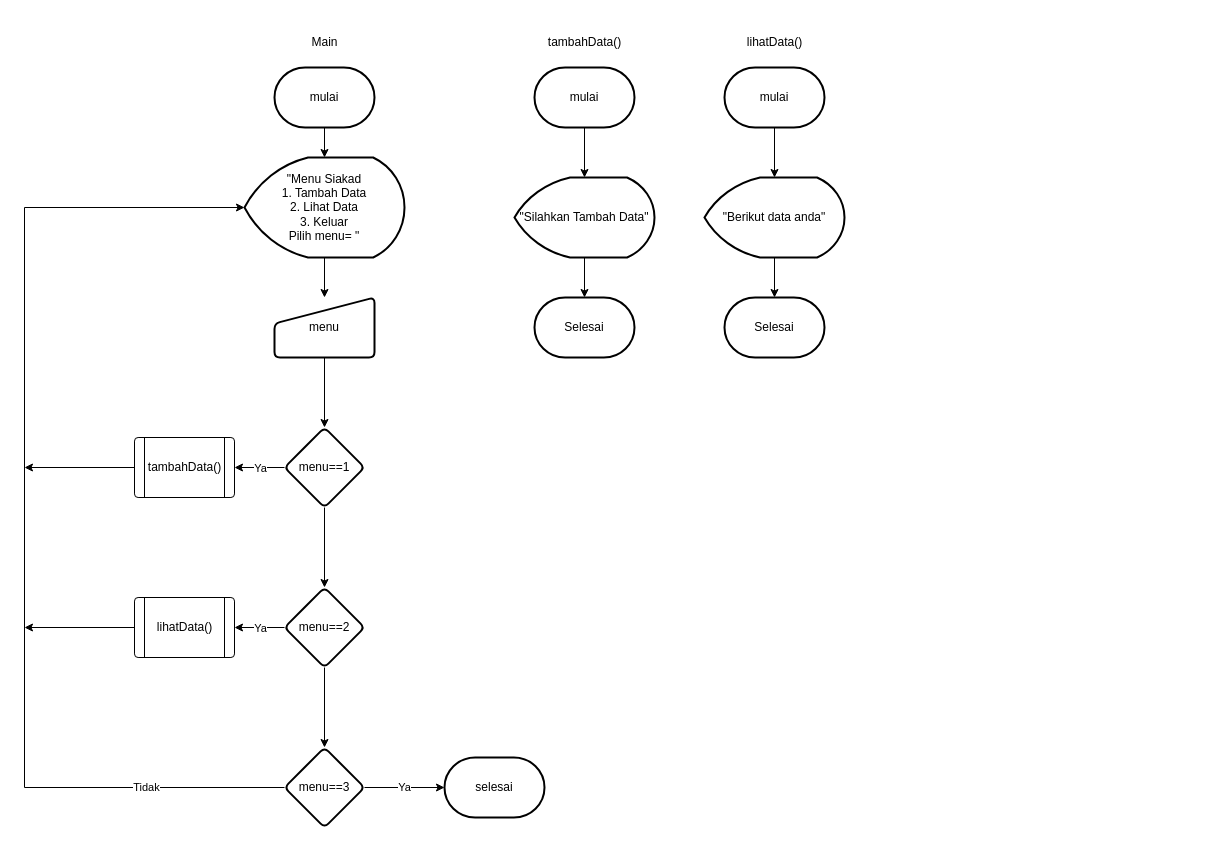
Before: src/Flowchart/Menu Siakad.drawio in SetoAp69/Alprog22, a draw.io diagram. Source tidied: cells renumbered, new cells numbered last; positions are measured from the earlier drawing's top-left corner, leaving out a move shared by most shapes. Both pictures are drawn from the tidied source at 100%, with x=0, y=0 at pixel (24, 27).
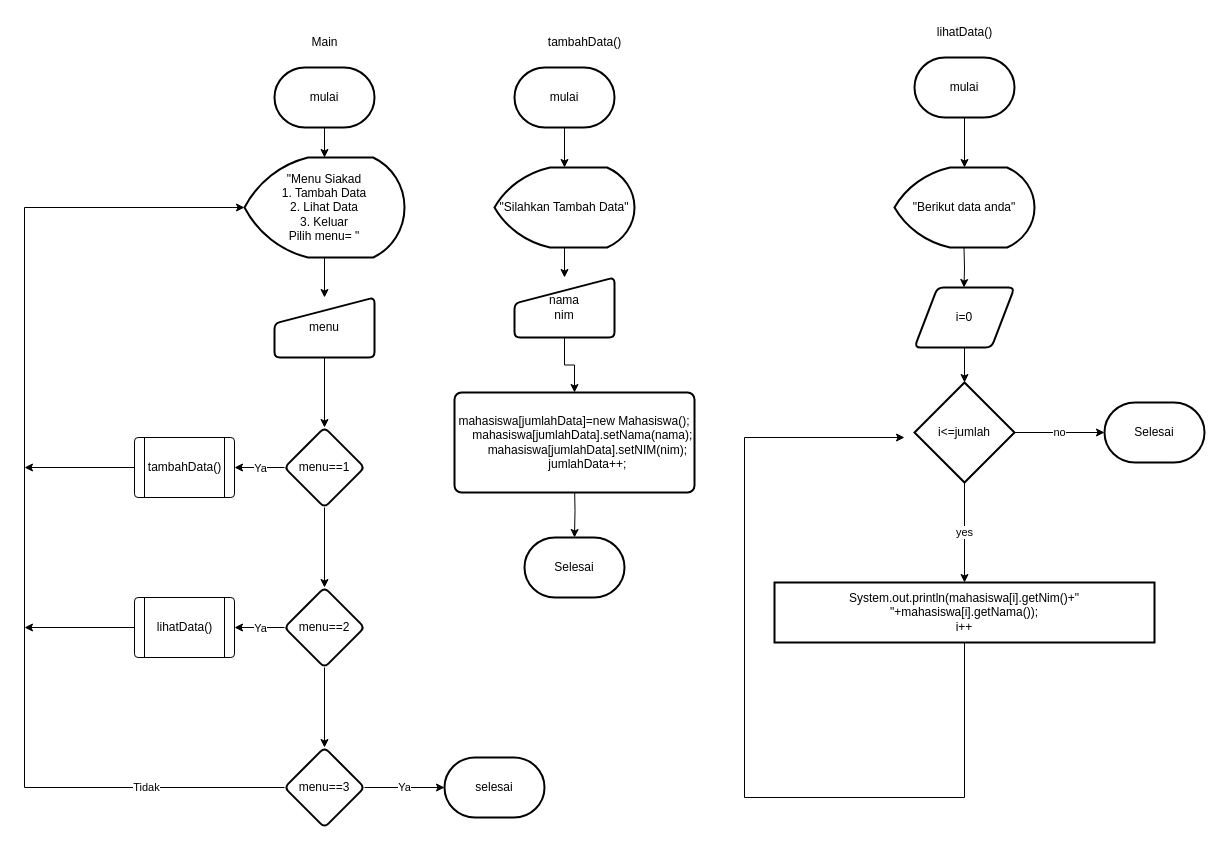
The same diagram, later.

Change to the diagram source:
```diff
@@
     <mxCell id="22" value="mulai" style="strokeWidth=2;html=1;shape=mxgraph.flowchart.terminator;whiteSpace=wrap;" parent="1" vertex="1">
-      <mxGeometry x="510" y="40" width="100" height="60" as="geometry" />
+      <mxGeometry x="490" y="40" width="100" height="60" as="geometry" />
     </mxCell>
-    <mxCell id="23" style="edgeStyle=orthogonalEdgeStyle;rounded=0;jettySize=auto;html=1;" parent="1" edge="1" source="24" target="25">
-      <mxGeometry relative="1" as="geometry" />
+    <mxCell id="23" style="edgeStyle=orthogonalEdgeStyle;rounded=0;jettySize=auto;html=1;" parent="1" edge="1" target="25">
+      <mxGeometry relative="1" as="geometry">
+        <mxPoint x="550" y="455" as="sourcePoint" />
+      </mxGeometry>
     </mxCell>
-    <mxCell id="24" value="&quot;Silahkan Tambah Data&quot;" style="strokeWidth=2;html=1;shape=mxgraph.flowchart.display;whiteSpace=wrap;" parent="1" vertex="1">
-      <mxGeometry x="490" y="150" width="140" height="80" as="geometry" />
-    </mxCell>
     <mxCell id="25" value="Selesai" style="strokeWidth=2;html=1;shape=mxgraph.flowchart.terminator;whiteSpace=wrap;" parent="1" vertex="1">
-      <mxGeometry x="510" y="270" width="100" height="60" as="geometry" />
+      <mxGeometry x="500" y="510" width="100" height="60" as="geometry" />
     </mxCell>
@@
     <mxCell id="27" value="mulai" style="strokeWidth=2;html=1;shape=mxgraph.flowchart.terminator;whiteSpace=wrap;" parent="1" vertex="1">
-      <mxGeometry x="700" y="40" width="100" height="60" as="geometry" />
+      <mxGeometry x="890" y="30" width="100" height="60" as="geometry" />
     </mxCell>
-    <mxCell id="28" style="edgeStyle=orthogonalEdgeStyle;rounded=0;jettySize=auto;html=1;" parent="1" edge="1" source="29" target="30">
-      <mxGeometry relative="1" as="geometry" />
+    <mxCell id="28" style="edgeStyle=orthogonalEdgeStyle;rounded=0;orthogonalLoop=1;jettySize=auto;html=1;" parent="1" edge="1">
+      <mxGeometry relative="1" as="geometry">
+        <mxPoint x="939.5" y="220" as="sourcePoint" />
+        <mxPoint x="939.5" y="260" as="targetPoint" />
+      </mxGeometry>
     </mxCell>
     <mxCell id="29" value="&quot;Berikut data anda&quot;" style="strokeWidth=2;html=1;shape=mxgraph.flowchart.display;whiteSpace=wrap;" parent="1" vertex="1">
-      <mxGeometry x="680" y="150" width="140" height="80" as="geometry" />
+      <mxGeometry x="870" y="140" width="140" height="80" as="geometry" />
     </mxCell>
-    <mxCell id="30" value="Selesai" style="strokeWidth=2;html=1;shape=mxgraph.flowchart.terminator;whiteSpace=wrap;" parent="1" vertex="1">
-      <mxGeometry x="700" y="270" width="100" height="60" as="geometry" />
-    </mxCell>
@@
     <mxCell id="35" value="lihatData()" style="text;html=1;align=center;verticalAlign=middle;strokeColor=none;fillColor=none;" parent="1" vertex="1">
-      <mxGeometry x="710" width="80" height="30" as="geometry" />
+      <mxGeometry x="900" y="-10" width="80" height="30" as="geometry" />
     </mxCell>
@@
+    <mxCell id="37" style="edgeStyle=orthogonalEdgeStyle;rounded=0;jettySize=auto;html=1;" parent="1" edge="1" source="24" target="40">
+      <mxGeometry relative="1" as="geometry" />
+    </mxCell>
+    <mxCell id="24" value="&quot;Silahkan Tambah Data&quot;" style="strokeWidth=2;html=1;shape=mxgraph.flowchart.display;whiteSpace=wrap;" parent="1" vertex="1">
+      <mxGeometry x="470" y="140" width="140" height="80" as="geometry" />
+    </mxCell>
+    <mxCell id="38" value="mahasiswa[jumlahData]=new Mahasiswa();&lt;br&gt;&amp;nbsp; &amp;nbsp; &amp;nbsp;mahasiswa[jumlahData].setNama(nama);&lt;br&gt;&amp;nbsp; &amp;nbsp; &amp;nbsp; &amp;nbsp; mahasiswa[jumlahData].setNIM(nim);&lt;br&gt;&amp;nbsp; &amp;nbsp; &amp;nbsp; &amp;nbsp; jumlahData++;" style="rounded=1;whiteSpace=wrap;html=1;absoluteArcSize=1;arcSize=14;strokeWidth=2;" parent="1" vertex="1">
+      <mxGeometry x="430" y="365" width="240" height="100" as="geometry" />
+    </mxCell>
+    <mxCell id="39" style="edgeStyle=orthogonalEdgeStyle;rounded=0;jettySize=auto;html=1;" parent="1" edge="1" source="40" target="38">
+      <mxGeometry relative="1" as="geometry" />
+    </mxCell>
+    <mxCell id="40" value="nama&lt;br&gt;nim" style="html=1;strokeWidth=2;shape=manualInput;whiteSpace=wrap;rounded=1;size=26;arcSize=11;" parent="1" vertex="1">
+      <mxGeometry x="490" y="250" width="100" height="60" as="geometry" />
+    </mxCell>
+    <mxCell id="41" value="yes" style="edgeStyle=orthogonalEdgeStyle;rounded=0;jettySize=auto;html=1;" parent="1" edge="1" source="43" target="47">
+      <mxGeometry relative="1" as="geometry" />
+    </mxCell>
+    <mxCell id="42" value="no" style="edgeStyle=orthogonalEdgeStyle;rounded=0;jettySize=auto;html=1;" parent="1" edge="1" source="43" target="30">
+      <mxGeometry relative="1" as="geometry" />
+    </mxCell>
+    <mxCell id="43" value="i&amp;lt;=jumlah" style="strokeWidth=2;html=1;shape=mxgraph.flowchart.decision;whiteSpace=wrap;" parent="1" vertex="1">
+      <mxGeometry x="890" y="355" width="100" height="100" as="geometry" />
+    </mxCell>
+    <mxCell id="44" style="edgeStyle=orthogonalEdgeStyle;rounded=0;jettySize=auto;html=1;" parent="1" edge="1" source="45" target="43">
+      <mxGeometry relative="1" as="geometry" />
+    </mxCell>
+    <mxCell id="45" value="i=0" style="shape=parallelogram;html=1;strokeWidth=2;perimeter=parallelogramPerimeter;whiteSpace=wrap;rounded=1;arcSize=12;size=0.23;" parent="1" vertex="1">
+      <mxGeometry x="890" y="260" width="100" height="60" as="geometry" />
+    </mxCell>
+    <mxCell id="46" style="edgeStyle=orthogonalEdgeStyle;rounded=0;jettySize=auto;html=1;" parent="1" edge="1" source="47">
+      <mxGeometry relative="1" as="geometry">
+        <mxPoint x="880" y="410" as="targetPoint" />
+        <Array as="points">
+          <mxPoint x="940" y="770" />
+          <mxPoint x="720" y="770" />
+          <mxPoint x="720" y="410" />
+        </Array>
+      </mxGeometry>
+    </mxCell>
+    <mxCell id="47" value="System.out.println(mahasiswa[i].getNim()+&quot; &quot;+mahasiswa[i].getNama());&lt;br&gt;i++" style="whiteSpace=wrap;html=1;strokeWidth=2;" parent="1" vertex="1">
+      <mxGeometry x="750" y="555" width="380" height="60" as="geometry" />
+    </mxCell>
+    <mxCell id="30" value="Selesai" style="strokeWidth=2;html=1;shape=mxgraph.flowchart.terminator;whiteSpace=wrap;" parent="1" vertex="1">
+      <mxGeometry x="1080" y="375" width="100" height="60" as="geometry" />
+    </mxCell>
```
